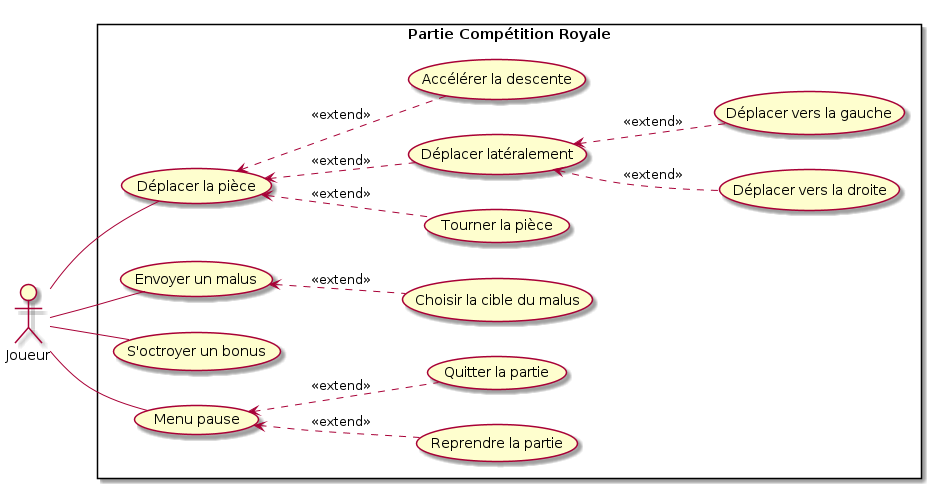
This is SRD-DOC/uml/usescase/en-jeu/royal-competition.png from ulb-info2-group5/Royal-Blocks, a PlantUML export, as it was before one commit. Its source is kept beside it as SRD-DOC/uml/usescase/en-jeu/royal-competition.plantuml.
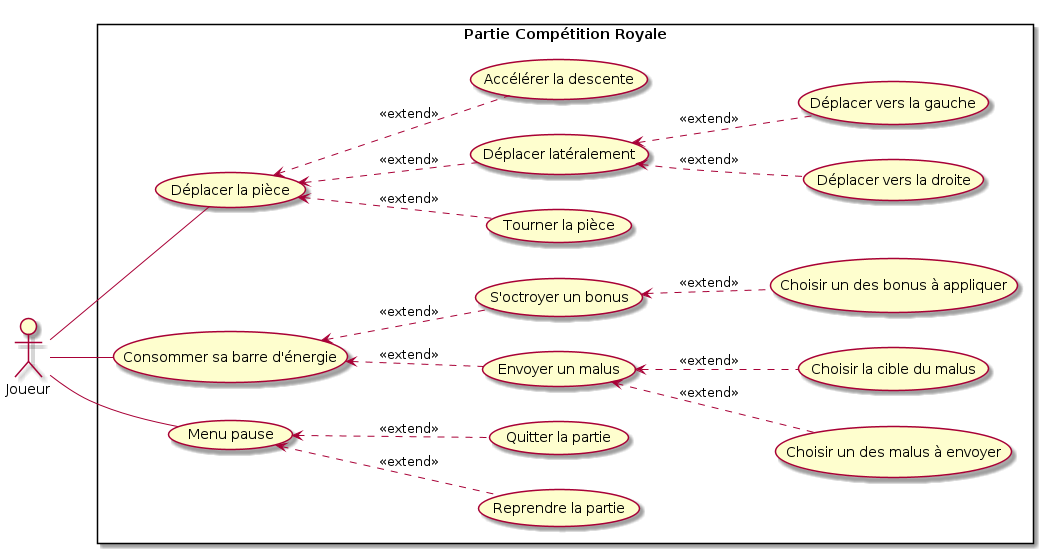
After the change.

Change to the diagram source:
```diff
@@ -9,11 +9,14 @@
     usecase "Déplacer la pièce" as move_piece
     usecase "Tourner la pièce" as rotate_piece
 
+    usecase "Consommer sa barre d'énergie" as use_energy
+
     usecase "Envoyer un malus" as throw_penalty
-    usecase "S'octroyer un bonus" as get_bonus
-
+    usecase "Choisir un des malus à envoyer" as choose_penalty
     usecase "Choisir la cible du malus" as choose_target
 
+    usecase "S'octroyer un bonus" as get_bonus
+    usecase "Choisir un des bonus à appliquer" as choose_bonus
 
     usecase "Déplacer latéralement" as lateral_movement
     usecase "Accélérer la descente" as increase_descent
@@ -27,8 +30,7 @@
 
 player -- move_piece
 player -- pause_menu
-player -- throw_penalty
-player -- get_bonus
+player -- use_energy
 
 (move_piece) <-. (lateral_movement): <<extend>>
 (move_piece) <-. (increase_descent): <<extend>>
@@ -39,6 +41,11 @@
 (pause_menu) <-. (resume_game): <<extend>>
 (pause_menu) <-. (quit_game): <<extend>>
 
+(use_energy) <-. (throw_penalty): <<extend>>
+(throw_penalty) <-. (choose_penalty): <<extend>>
 (throw_penalty) <-. (choose_target): <<extend>>
 
+(use_energy) <-. (get_bonus): <<extend>>
+(get_bonus) <-. (choose_bonus): <<extend>>
+
 @enduml
```
